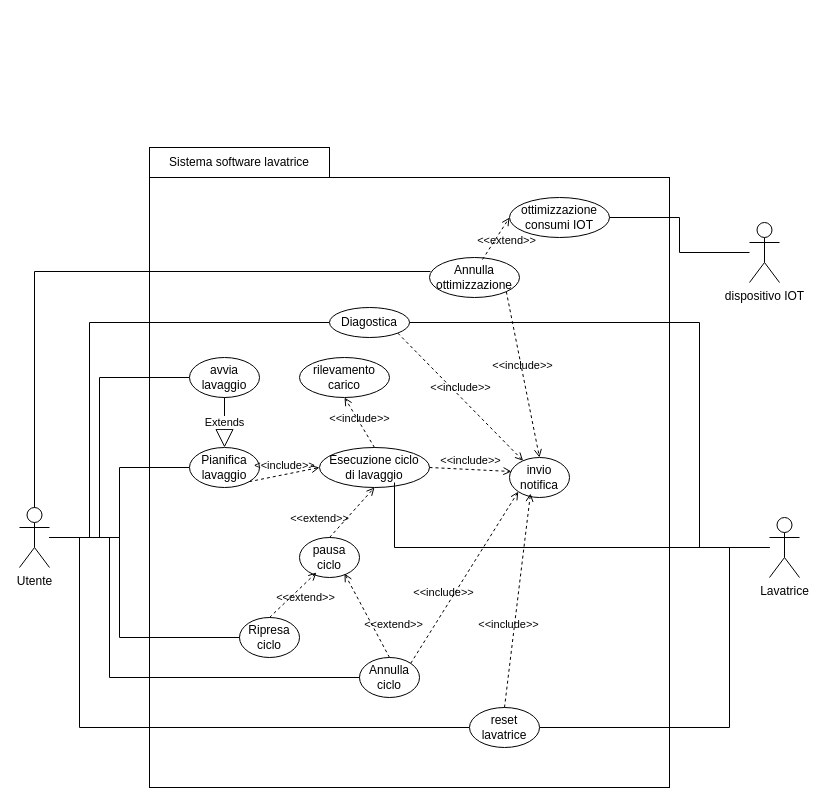
Above: content/use.drawio in uni-aca100/ing-proj (draw.io), before the change. Source tidied: cells renumbered, new cells numbered last; positions are measured from the earlier drawing's top-left corner, leaving out a move shared by most shapes. Both pictures are drawn from the tidied source at 100%, with x=0, y=0 at pixel (19, 147).
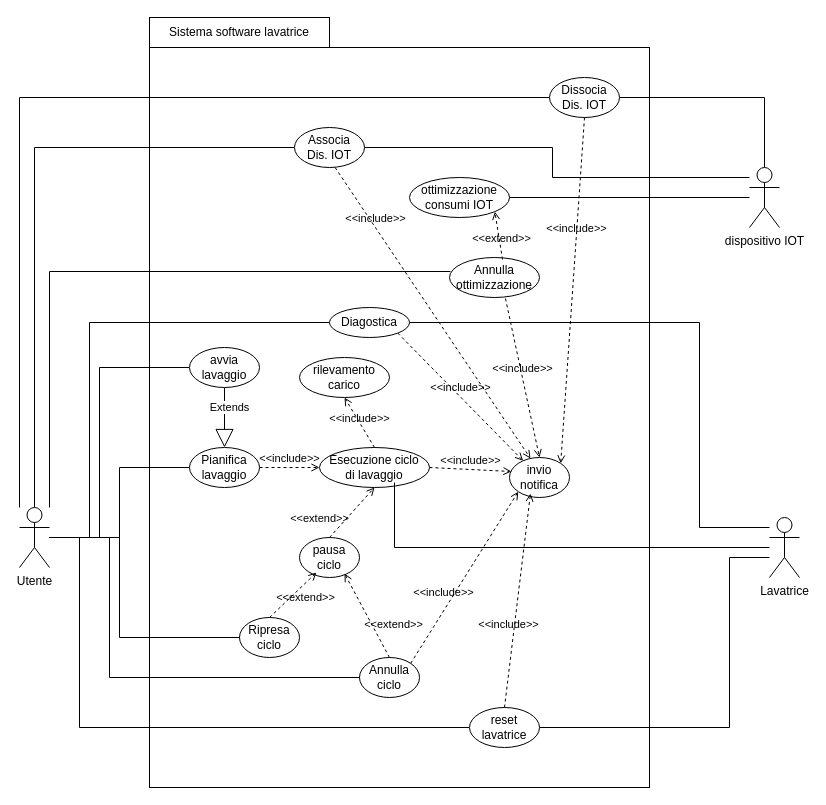
After the change.

Commit message (it also covers changes not shown here):
add casi associa/dissocia dispositivi IOT

Unchanged cells that the change refers to:
```xml
<mxCell id="4" value="&lt;div&gt;Esecuzione ciclo&lt;/div&gt;&lt;div&gt;di lavaggio&lt;/div&gt;" style="ellipse;whiteSpace=wrap;html=1;" parent="1" vertex="1">
  <mxGeometry x="300" y="300" width="110" height="40" as="geometry" />
</mxCell>
<mxCell id="17" value="Utente" style="shape=umlActor;verticalLabelPosition=bottom;verticalAlign=top;html=1;" parent="1" vertex="1">
  <mxGeometry y="360" width="30" height="60" as="geometry" />
</mxCell>
<mxCell id="18" value="invio notifica" style="ellipse;whiteSpace=wrap;html=1;" parent="1" vertex="1">
  <mxGeometry x="490" y="310" width="60" height="40" as="geometry" />
</mxCell>
<mxCell id="21" value="&lt;div&gt;Pianifica&lt;/div&gt;&lt;div&gt;lavaggio&lt;/div&gt;" style="ellipse;whiteSpace=wrap;html=1;" parent="1" vertex="1">
  <mxGeometry x="170" y="300" width="70" height="40" as="geometry" />
</mxCell>
<mxCell id="25" value="Diagostica" style="ellipse;whiteSpace=wrap;html=1;" parent="1" vertex="1">
  <mxGeometry x="310" y="160" width="80" height="30" as="geometry" />
</mxCell>
<mxCell id="30" value="Lavatrice" style="shape=umlActor;verticalLabelPosition=bottom;verticalAlign=top;html=1;outlineConnect=0;" parent="1" vertex="1">
  <mxGeometry x="750" y="370" width="30" height="60" as="geometry" />
</mxCell>
<mxCell id="32" value="&lt;div&gt;reset&lt;/div&gt;&lt;div&gt;lavatrice&lt;/div&gt;" style="ellipse;whiteSpace=wrap;html=1;" parent="1" vertex="1">
  <mxGeometry x="450" y="560" width="70" height="40" as="geometry" />
</mxCell>
```

The edit, as a diff of the source:
```diff
@@
     <mxCell id="2" style="rounded=0;whiteSpace=wrap;html=1;" parent="1" vertex="1">
-      <mxGeometry x="130" y="30" width="520" height="610" as="geometry" />
+      <mxGeometry x="130" y="-100" width="500" height="740" as="geometry" />
     </mxCell>
     <mxCell id="3" value="Sistema software lavatrice" style="rounded=0;whiteSpace=wrap;html=1;" parent="1" vertex="1">
-      <mxGeometry x="130" width="180" height="30" as="geometry" />
+      <mxGeometry x="130" y="-130" width="180" height="30" as="geometry" />
     </mxCell>
@@
     <mxCell id="12" style="edgeStyle=orthogonalEdgeStyle;rounded=0;jettySize=auto;html=1;entryX=0;entryY=0.5;entryDx=0;entryDy=0;endArrow=none;endFill=0;" parent="1" edge="1" source="17" target="22">
       <mxGeometry relative="1" as="geometry">
         <Array as="points">
           <mxPoint x="80" y="390" />
-          <mxPoint x="80" y="230" />
+          <mxPoint x="80" y="220" />
         </Array>
       </mxGeometry>
     </mxCell>
@@
+    <mxCell id="42" style="edgeStyle=orthogonalEdgeStyle;rounded=0;jettySize=auto;html=1;entryX=0;entryY=0.5;entryDx=0;entryDy=0;endArrow=none;endFill=0;" parent="1" edge="1" source="17" target="46">
+      <mxGeometry relative="1" as="geometry">
+        <Array as="points">
+          <mxPoint x="15" />
+        </Array>
+      </mxGeometry>
+    </mxCell>
+    <mxCell id="43" style="edgeStyle=orthogonalEdgeStyle;rounded=0;jettySize=auto;html=1;entryX=0;entryY=0.5;entryDx=0;entryDy=0;endArrow=none;endFill=0;" parent="1" edge="1" source="17" target="48">
+      <mxGeometry relative="1" as="geometry">
+        <Array as="points">
+          <mxPoint y="-50" />
+        </Array>
+      </mxGeometry>
+    </mxCell>
@@
     <mxCell id="22" value="avvia&lt;div&gt;lavaggio&lt;/div&gt;" style="ellipse;whiteSpace=wrap;html=1;" parent="1" vertex="1">
-      <mxGeometry x="170" y="210" width="70" height="40" as="geometry" />
+      <mxGeometry x="170" y="200" width="70" height="40" as="geometry" />
     </mxCell>
     <mxCell id="23" value="Extends" style="endArrow=block;endSize=16;endFill=0;html=1;rounded=0;entryX=0.5;entryY=0;entryDx=0;entryDy=0;exitX=0.5;exitY=1;exitDx=0;exitDy=0;" parent="1" edge="1" source="22" target="21">
-      <mxGeometry relative="1" as="geometry" />
+      <mxGeometry x="-0.33" y="5" relative="1" as="geometry" />
     </mxCell>
-    <mxCell id="24" value="&amp;lt;&amp;lt;include&amp;gt;&amp;gt;" style="html=1;verticalAlign=bottom;labelBackgroundColor=none;endArrow=open;endFill=0;dashed=1;rounded=0;exitX=1;exitY=1;exitDx=0;exitDy=0;entryX=0;entryY=0.5;entryDx=0;entryDy=0;" parent="1" edge="1" source="21" target="4">
+    <mxCell id="24" value="&amp;lt;&amp;lt;include&amp;gt;&amp;gt;" style="html=1;verticalAlign=bottom;labelBackgroundColor=none;endArrow=open;endFill=0;dashed=1;rounded=0;exitX=1;exitY=0.5;exitDx=0;exitDy=0;entryX=0;entryY=0.5;entryDx=0;entryDy=0;" parent="1" edge="1" source="21" target="4">
       <mxGeometry relative="1" as="geometry" />
     </mxCell>
@@
     <mxCell id="28" style="edgeStyle=orthogonalEdgeStyle;rounded=0;jettySize=auto;html=1;entryX=1;entryY=0.5;entryDx=0;entryDy=0;endArrow=none;endFill=0;" parent="1" edge="1" source="30" target="25">
       <mxGeometry relative="1" as="geometry">
         <Array as="points">
-          <mxPoint x="680" y="400" />
+          <mxPoint x="680" y="380" />
           <mxPoint x="680" y="175" />
         </Array>
       </mxGeometry>
     </mxCell>
     <mxCell id="29" style="edgeStyle=orthogonalEdgeStyle;rounded=0;jettySize=auto;html=1;entryX=1;entryY=0.5;entryDx=0;entryDy=0;endArrow=none;endFill=0;" parent="1" edge="1" source="30" target="32">
       <mxGeometry relative="1" as="geometry">
         <Array as="points">
-          <mxPoint x="710" y="400" />
+          <mxPoint x="710" y="410" />
           <mxPoint x="710" y="580" />
         </Array>
       </mxGeometry>
     </mxCell>
@@
     <mxCell id="34" value="&lt;div&gt;ottimizzazione&lt;/div&gt;&lt;div&gt;consumi&amp;nbsp;IOT&lt;/div&gt;" style="ellipse;whiteSpace=wrap;html=1;" parent="1" vertex="1">
-      <mxGeometry x="490" y="50" width="100" height="40" as="geometry" />
+      <mxGeometry x="390" y="30" width="100" height="40" as="geometry" />
     </mxCell>
     <mxCell id="35" value="&lt;div&gt;Annulla&lt;/div&gt;ottimizzazione" style="ellipse;whiteSpace=wrap;html=1;" parent="1" vertex="1">
-      <mxGeometry x="410" y="110" width="90" height="40" as="geometry" />
+      <mxGeometry x="430" y="110" width="90" height="40" as="geometry" />
     </mxCell>
-    <mxCell id="36" value="&amp;lt;&amp;lt;extend&amp;gt;&amp;gt;" style="html=1;verticalAlign=bottom;labelBackgroundColor=none;endArrow=open;endFill=0;dashed=1;rounded=0;exitX=0.589;exitY=0.05;exitDx=0;exitDy=0;entryX=0;entryY=0.5;entryDx=0;entryDy=0;exitPerimeter=0;" parent="1" edge="1" source="35" target="34">
-      <mxGeometry x="-0.14" y="-15" relative="1" as="geometry" />
+    <mxCell id="36" value="&amp;lt;&amp;lt;extend&amp;gt;&amp;gt;" style="html=1;verticalAlign=bottom;labelBackgroundColor=none;endArrow=open;endFill=0;dashed=1;rounded=0;exitX=0.589;exitY=0.05;exitDx=0;exitDy=0;entryX=1;entryY=1;entryDx=0;entryDy=0;exitPerimeter=0;" parent="1" edge="1" source="35" target="34">
+      <mxGeometry x="-0.52" y="-1" relative="1" as="geometry" />
     </mxCell>
@@
+    <mxCell id="44" style="edgeStyle=orthogonalEdgeStyle;rounded=0;jettySize=auto;html=1;entryX=1;entryY=0.5;entryDx=0;entryDy=0;endArrow=none;endFill=0;" parent="1" edge="1" source="38" target="46">
+      <mxGeometry relative="1" as="geometry">
+        <Array as="points">
+          <mxPoint x="533" y="30" />
+          <mxPoint x="533" />
+        </Array>
+      </mxGeometry>
+    </mxCell>
+    <mxCell id="45" style="edgeStyle=orthogonalEdgeStyle;rounded=0;jettySize=auto;html=1;entryX=1;entryY=0.5;entryDx=0;entryDy=0;endArrow=none;endFill=0;" parent="1" edge="1" source="38" target="48">
+      <mxGeometry relative="1" as="geometry">
+        <Array as="points">
+          <mxPoint x="745" y="-50" />
+        </Array>
+      </mxGeometry>
+    </mxCell>
     <mxCell id="38" value="dispositivo IOT" style="shape=umlActor;verticalLabelPosition=bottom;verticalAlign=top;html=1;outlineConnect=0;" parent="1" vertex="1">
-      <mxGeometry x="730" y="75" width="30" height="60" as="geometry" />
+      <mxGeometry x="730" y="20" width="30" height="60" as="geometry" />
     </mxCell>
-    <mxCell id="39" value="&amp;lt;&amp;lt;include&amp;gt;&amp;gt;" style="html=1;verticalAlign=bottom;labelBackgroundColor=none;endArrow=open;endFill=0;dashed=1;rounded=0;exitX=1;exitY=1;exitDx=0;exitDy=0;entryX=0.5;entryY=0;entryDx=0;entryDy=0;" parent="1" edge="1" source="35" target="18">
+    <mxCell id="39" value="&amp;lt;&amp;lt;include&amp;gt;&amp;gt;" style="html=1;verticalAlign=bottom;labelBackgroundColor=none;endArrow=open;endFill=0;dashed=1;rounded=0;exitX=0.622;exitY=1.025;exitDx=0;exitDy=0;entryX=0.5;entryY=0;entryDx=0;entryDy=0;exitPerimeter=0;" parent="1" edge="1" source="35" target="18">
       <mxGeometry relative="1" as="geometry" />
     </mxCell>
     <mxCell id="40" style="edgeStyle=orthogonalEdgeStyle;rounded=0;jettySize=auto;html=1;entryX=0.011;entryY=0.35;entryDx=0;entryDy=0;entryPerimeter=0;endArrow=none;endFill=0;" parent="1" edge="1" source="17" target="35">
       <mxGeometry relative="1" as="geometry">
         <Array as="points">
-          <mxPoint x="15" y="124" />
+          <mxPoint x="30" y="124" />
         </Array>
       </mxGeometry>
     </mxCell>
@@
+    <mxCell id="46" value="&lt;div&gt;Associa&lt;/div&gt;&lt;div&gt;Dis. IOT&lt;/div&gt;" style="ellipse;whiteSpace=wrap;html=1;" parent="1" vertex="1">
+      <mxGeometry x="275" y="-20" width="70" height="40" as="geometry" />
+    </mxCell>
+    <mxCell id="47" value="&amp;lt;&amp;lt;include&amp;gt;&amp;gt;" style="html=1;verticalAlign=bottom;labelBackgroundColor=none;endArrow=open;endFill=0;dashed=1;rounded=0;exitX=0.58;exitY=1;exitDx=0;exitDy=0;entryX=0.35;entryY=0.025;entryDx=0;entryDy=0;exitPerimeter=0;entryPerimeter=0;" parent="1" edge="1" source="46" target="18">
+      <mxGeometry x="-0.59" relative="1" as="geometry" />
+    </mxCell>
+    <mxCell id="48" value="&lt;div&gt;Dissocia&lt;/div&gt;&lt;div&gt;Dis. IOT&lt;/div&gt;" style="ellipse;whiteSpace=wrap;html=1;" parent="1" vertex="1">
+      <mxGeometry x="530" y="-70" width="70" height="40" as="geometry" />
+    </mxCell>
+    <mxCell id="49" value="&amp;lt;&amp;lt;include&amp;gt;&amp;gt;" style="html=1;verticalAlign=bottom;labelBackgroundColor=none;endArrow=open;endFill=0;dashed=1;rounded=0;exitX=0.5;exitY=1;exitDx=0;exitDy=0;entryX=1;entryY=0;entryDx=0;entryDy=0;" parent="1" edge="1" source="48" target="18">
+      <mxGeometry x="-0.31" relative="1" as="geometry" />
+    </mxCell>
```
